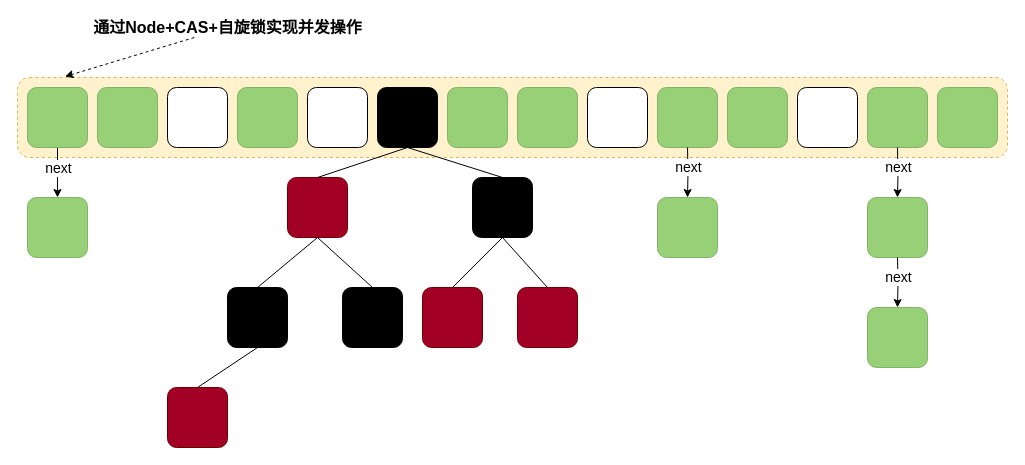
The draw.io diagram Java/Java基础/Java集合/Java8ConcurrentHashMap结构.drawio in Developer-Tang/Knowledge-Notes, before the edit. Source tidied: cells renumbered, new cells numbered last; positions are measured from the earlier drawing's top-left corner, leaving out a move shared by most shapes. Both pictures are drawn from the tidied source at 100%, with x=0, y=0 at pixel (17, 17).
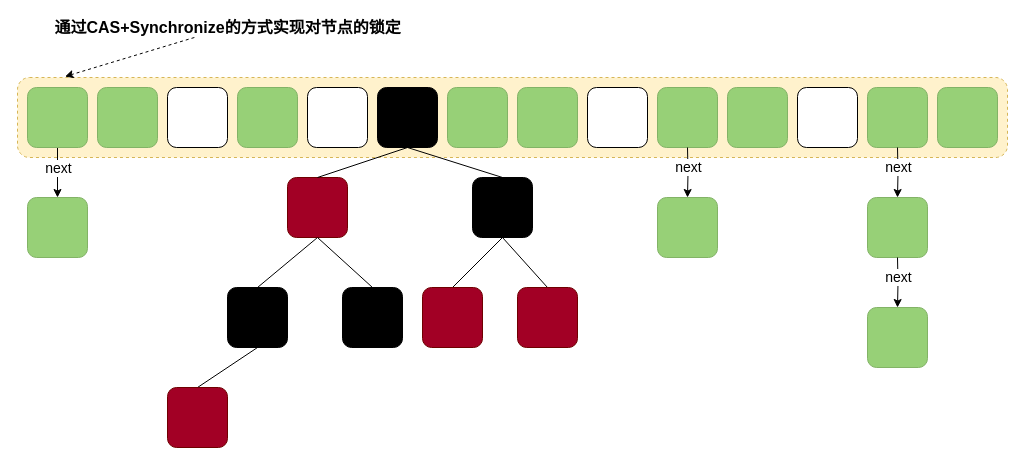
The same diagram, later.

Change to the diagram source:
```diff
@@
-    <mxCell id="44" value="&lt;b&gt;通过Node+CAS+自旋锁实现并发操作&lt;/b&gt;" style="text;html=1;align=center;verticalAlign=middle;points=[];strokeColor=none;fillColor=none;fontSize=16;" parent="1" vertex="1">
-      <mxGeometry x="70" width="280" height="20" as="geometry" />
+    <mxCell id="44" value="&lt;b&gt;通过CAS+Synchronize的方式实现对节点的锁定&lt;/b&gt;" style="text;html=1;align=center;verticalAlign=middle;points=[];strokeColor=none;fillColor=none;fontSize=16;" parent="1" vertex="1">
+      <mxGeometry x="30" width="360" height="20" as="geometry" />
     </mxCell>
```
